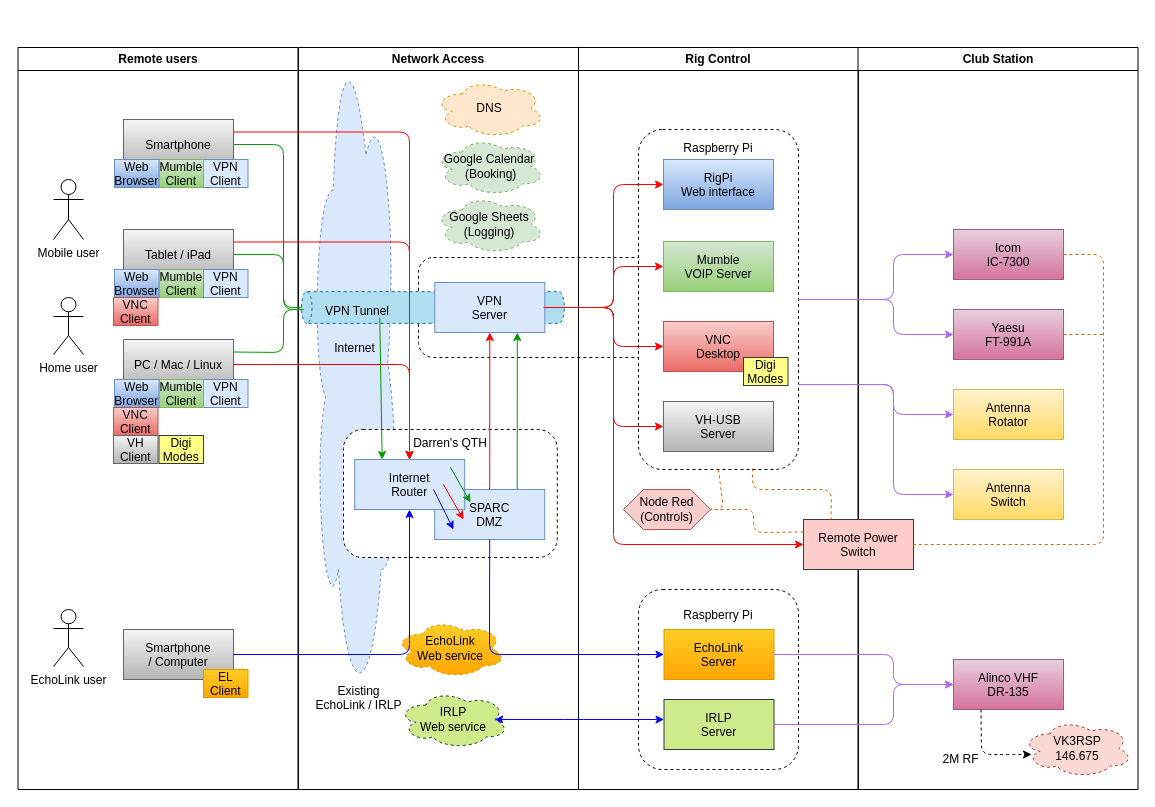
StevPem/SPARC-Club-Station-Remote-Control keeps this draw.io diagram as page "Component model" (2 of 2) of diagrams/SPARC Club Station Remote Control.drawio. Above is the earlier version. Source tidied: cells renumbered, new cells numbered last; positions are measured from the earlier drawing's top-left corner, leaving out a move shared by most shapes. Both pictures are drawn from the tidied source at 100%, with x=0, y=0 at pixel (17, 17).
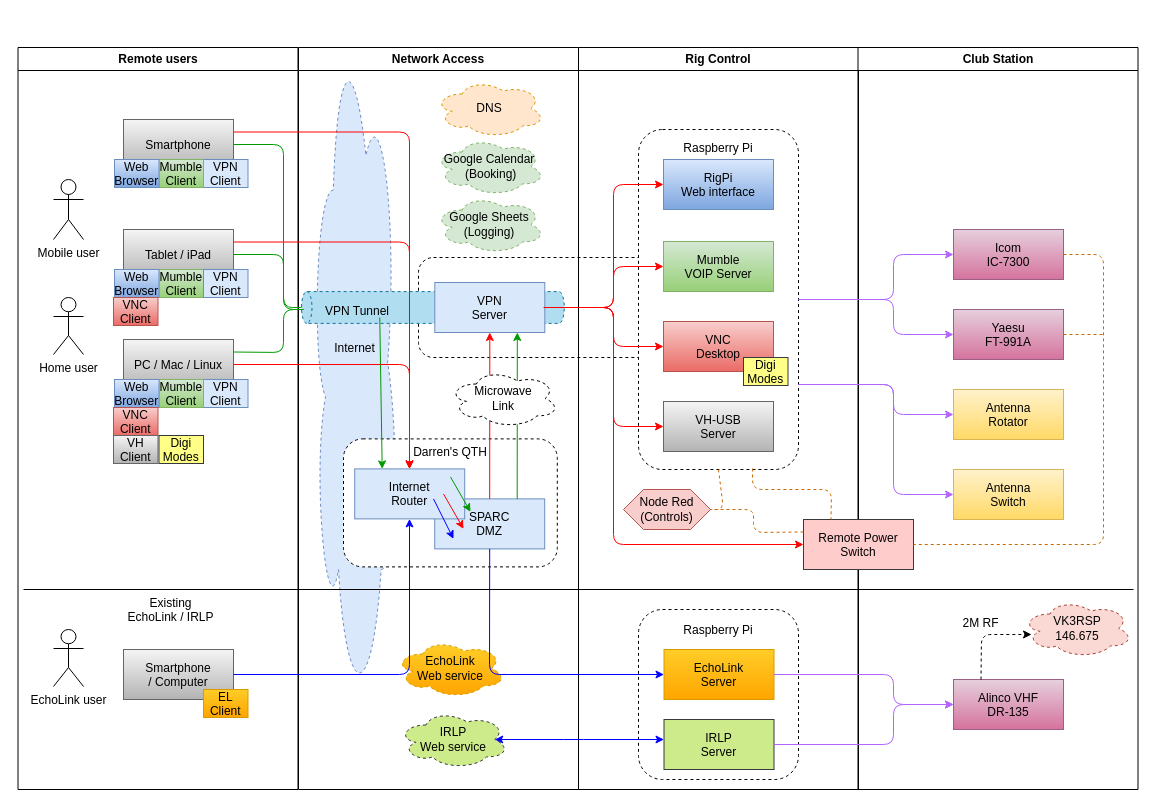
The same diagram, later.

Unchanged cells that the change refers to:
```xml
<mxCell id="3" value="Remote users" style="swimlane;whiteSpace=wrap;" parent="1" vertex="1">
  <mxGeometry x="0.5" y="30" width="280" height="742" as="geometry" />
</mxCell>
<mxCell id="22" value="Rig Control" style="swimlane;whiteSpace=wrap;" parent="1" vertex="1">
  <mxGeometry x="561" y="30" width="280" height="742" as="geometry" />
</mxCell>
<mxCell id="34" value="Club Station" style="swimlane;whiteSpace=wrap;" parent="1" vertex="1">
  <mxGeometry x="840.5" y="30" width="280" height="742" as="geometry" />
</mxCell>
<mxCell id="45" value="Network Access" style="swimlane;whiteSpace=wrap;" parent="1" vertex="1">
  <mxGeometry x="281" y="30" width="280" height="742" as="geometry" />
</mxCell>
```

The edit, as a diff of the source:
```diff
@@
     <mxCell id="2" value="&lt;div&gt;Raspberry Pi&lt;/div&gt;&lt;div&gt;&lt;br&gt;&lt;/div&gt;&lt;div&gt;&lt;br&gt;&lt;/div&gt;&lt;div&gt;&lt;br&gt;&lt;/div&gt;&lt;div&gt;&lt;br&gt;&lt;/div&gt;&lt;div&gt;&lt;br&gt;&lt;/div&gt;&lt;div&gt;&lt;br&gt;&lt;/div&gt;&lt;div&gt;&lt;br&gt;&lt;/div&gt;&lt;div&gt;&lt;br&gt;&lt;/div&gt;&lt;div&gt;&lt;br&gt;&lt;/div&gt;" style="rounded=1;whiteSpace=wrap;html=1;dashed=1;" parent="1" vertex="1">
-      <mxGeometry x="621" y="572" width="160" height="180" as="geometry" />
+      <mxGeometry x="621" y="592" width="160" height="170" as="geometry" />
     </mxCell>
@@
     <mxCell id="7" value="EchoLink user" style="shape=umlActor;verticalLabelPosition=bottom;verticalAlign=top;html=1;" parent="3" vertex="1">
-      <mxGeometry x="35.5" y="562" width="30" height="57" as="geometry" />
+      <mxGeometry x="35.5" y="582" width="30" height="57" as="geometry" />
     </mxCell>
     <mxCell id="8" value="Smartphone&#10;/ Computer" style="gradientColor=#b3b3b3;fillColor=#f5f5f5;strokeColor=#666666;" parent="3" vertex="1">
-      <mxGeometry x="105.5" y="582" width="110" height="50" as="geometry" />
+      <mxGeometry x="105.5" y="602" width="110" height="50" as="geometry" />
     </mxCell>
@@
+    <mxCell id="61" value="&lt;div align=&quot;center&quot;&gt;Existing EchoLink / IRLP&lt;br&gt;&lt;/div&gt;" style="text;whiteSpace=wrap;html=1;align=center;" parent="3" vertex="1">
+      <mxGeometry x="105.5" y="542" width="94.5" height="38" as="geometry" />
+    </mxCell>
@@
     <mxCell id="23" value="EchoLink&#10;Server" style="fillColor=#ffcd28;strokeColor=#d79b00;gradientColor=#ffa500;" parent="22" vertex="1">
-      <mxGeometry x="85.5" y="582" width="110" height="50" as="geometry" />
+      <mxGeometry x="85.5" y="602" width="110" height="50" as="geometry" />
     </mxCell>
@@
     <mxCell id="33" value="IRLP&#10;Server" style="fillColor=#cdeb8b;strokeColor=#36393d;" parent="22" vertex="1">
-      <mxGeometry x="85.5" y="652" width="110" height="50" as="geometry" />
+      <mxGeometry x="85.5" y="672" width="110" height="50" as="geometry" />
     </mxCell>
@@
     <mxCell id="35" value="Alinco VHF&#10;DR-135" style="fillColor=#e6d0de;strokeColor=#996185;gradientColor=#d5739d;" parent="34" vertex="1">
-      <mxGeometry x="95.5" y="612" width="110" height="50" as="geometry" />
+      <mxGeometry x="95.5" y="632" width="110" height="50" as="geometry" />
     </mxCell>
@@
     <mxCell id="41" value="VK3RSP&lt;br&gt;146.675" style="ellipse;shape=cloud;whiteSpace=wrap;html=1;rotation=0;fillColor=#fad9d5;strokeColor=#ae4132;dashed=1;" parent="34" vertex="1">
-      <mxGeometry x="164.5" y="672" width="110" height="58" as="geometry" />
+      <mxGeometry x="164.5" y="552" width="110" height="58" as="geometry" />
     </mxCell>
-    <mxCell id="42" style="endArrow=classic;html=1;entryX=0.082;entryY=0.603;entryDx=0;entryDy=0;exitX=0.25;exitY=1;exitDx=0;exitDy=0;entryPerimeter=0;dashed=1;" parent="34" edge="1" source="35" target="41">
+    <mxCell id="42" style="endArrow=classic;html=1;entryX=0.082;entryY=0.603;entryDx=0;entryDy=0;exitX=0.25;exitY=0;exitDx=0;exitDy=0;entryPerimeter=0;dashed=1;" parent="34" edge="1" source="35" target="41">
       <mxGeometry relative="1" as="geometry">
         <Array as="points">
-          <mxPoint x="123.5" y="707" />
-          <mxPoint x="145.5" y="707" />
+          <mxPoint x="123.5" y="587" />
         </Array>
       </mxGeometry>
     </mxCell>
     <mxCell id="43" value="2M RF" style="text;whiteSpace=wrap;html=1;align=center;" parent="34" vertex="1">
-      <mxGeometry x="75.5" y="698" width="54.5" height="28" as="geometry" />
+      <mxGeometry x="95.5" y="562" width="54.5" height="28" as="geometry" />
     </mxCell>
@@
     <mxCell id="47" value="&lt;div&gt;Darren's QTH&lt;br&gt;&lt;/div&gt;&lt;div&gt;&lt;br&gt;&lt;/div&gt;&lt;div&gt;&lt;br&gt;&lt;/div&gt;&lt;div&gt;&lt;br&gt;&lt;/div&gt;&lt;div&gt;&lt;br&gt;&lt;/div&gt;&lt;div&gt;&lt;br&gt;&lt;/div&gt;&lt;div&gt;&lt;br&gt;&lt;/div&gt;&lt;div&gt;&lt;br&gt;&lt;/div&gt;" style="rounded=1;whiteSpace=wrap;html=1;dashed=1;" parent="45" vertex="1">
-      <mxGeometry x="45" y="382" width="213.8" height="128" as="geometry" />
+      <mxGeometry x="45" y="391.4" width="213.8" height="128" as="geometry" />
     </mxCell>
     <mxCell id="48" value="SPARC&#10;DMZ" style="fillColor=#dae8fc;strokeColor=#6c8ebf;" parent="45" vertex="1">
-      <mxGeometry x="136.2" y="442" width="110" height="50" as="geometry" />
+      <mxGeometry x="136.2" y="451.4" width="110" height="50" as="geometry" />
     </mxCell>
     <mxCell id="49" value="Internet&#10;Router" style="fillColor=#dae8fc;strokeColor=#6c8ebf;" parent="45" vertex="1">
-      <mxGeometry x="56.2" y="412" width="110" height="50" as="geometry" />
+      <mxGeometry x="56.2" y="421.4" width="110" height="50" as="geometry" />
     </mxCell>
@@
     <mxCell id="59" value="&lt;div&gt;EchoLink&lt;/div&gt;&lt;div&gt;Web service&lt;br&gt;&lt;/div&gt;" style="ellipse;shape=cloud;whiteSpace=wrap;html=1;rotation=0;fillColor=#ffcd28;strokeColor=#d79b00;gradientColor=#ffa500;dashed=1;" parent="45" vertex="1">
-      <mxGeometry x="96.9" y="572" width="110" height="58" as="geometry" />
+      <mxGeometry x="96.9" y="592" width="110" height="58" as="geometry" />
     </mxCell>
     <mxCell id="60" value="&lt;div&gt;IRLP&lt;/div&gt;&lt;div&gt;Web service&lt;br&gt;&lt;/div&gt;" style="ellipse;shape=cloud;whiteSpace=wrap;html=1;rotation=0;fillColor=#cdeb8b;strokeColor=#36393d;dashed=1;" parent="45" vertex="1">
-      <mxGeometry x="100" y="643" width="110" height="58" as="geometry" />
+      <mxGeometry x="100" y="663" width="110" height="58" as="geometry" />
     </mxCell>
-    <mxCell id="61" value="&lt;div align=&quot;center&quot;&gt;Existing EchoLink / IRLP&lt;br&gt;&lt;/div&gt;" style="text;whiteSpace=wrap;html=1;align=center;" parent="45" vertex="1">
-      <mxGeometry x="13.1" y="630" width="94.5" height="38" as="geometry" />
-    </mxCell>
+    <mxCell id="91" value="&lt;div&gt;Microwave&lt;/div&gt;&lt;div&gt;Link&lt;/div&gt;" style="ellipse;shape=cloud;whiteSpace=wrap;html=1;dashed=1;rotation=0;" parent="45" vertex="1">
+      <mxGeometry x="150.4" y="322" width="110" height="58" as="geometry" />
+    </mxCell>
@@
     <mxCell id="69" style="endArrow=classic;html=1;entryX=0;entryY=0.5;entryDx=0;entryDy=0;exitX=1;exitY=0.5;exitDx=0;exitDy=0;strokeColor=#B266FF;" parent="1" edge="1" source="23" target="35">
       <mxGeometry relative="1" as="geometry">
         <Array as="points">
-          <mxPoint x="876" y="637" />
-          <mxPoint x="876" y="667" />
+          <mxPoint x="876" y="657" />
+          <mxPoint x="876" y="687" />
         </Array>
       </mxGeometry>
     </mxCell>
@@
     <mxCell id="80" value="EL&#10;Client" style="fillColor=#ffcd28;strokeColor=#d79b00;gradientColor=#ffa500;" parent="1" vertex="1">
-      <mxGeometry x="186" y="652" width="44.5" height="28" as="geometry" />
+      <mxGeometry x="186" y="672" width="44.5" height="28" as="geometry" />
     </mxCell>
@@
     <mxCell id="84" style="endArrow=classic;html=1;strokeColor=#0000FF;" parent="1" edge="1">
       <mxGeometry relative="1" as="geometry">
-        <mxPoint x="416" y="472" as="sourcePoint" />
-        <mxPoint x="436" y="512" as="targetPoint" />
+        <mxPoint x="416" y="481.4" as="sourcePoint" />
+        <mxPoint x="436" y="521.4" as="targetPoint" />
       </mxGeometry>
     </mxCell>
     <mxCell id="85" style="endArrow=classic;html=1;exitX=0.807;exitY=0.5;exitDx=0;exitDy=0;exitPerimeter=0;strokeColor=#FF0000;" parent="1" edge="1" source="49">
       <mxGeometry relative="1" as="geometry">
-        <mxPoint x="446" y="502" as="targetPoint" />
+        <mxPoint x="446" y="511.4" as="targetPoint" />
       </mxGeometry>
     </mxCell>
     <mxCell id="86" style="endArrow=classic;html=1;exitX=0.807;exitY=0.5;exitDx=0;exitDy=0;exitPerimeter=0;strokeColor=#009900;" parent="1" edge="1">
       <mxGeometry relative="1" as="geometry">
-        <mxPoint x="433" y="450" as="sourcePoint" />
-        <mxPoint x="453" y="485" as="targetPoint" />
+        <mxPoint x="433" y="459.4" as="sourcePoint" />
+        <mxPoint x="453" y="494.4" as="targetPoint" />
       </mxGeometry>
     </mxCell>
@@
     <mxCell id="89" style="endArrow=classic;html=1;entryX=0;entryY=0.5;entryDx=0;entryDy=0;exitX=1;exitY=0.5;exitDx=0;exitDy=0;strokeColor=#B266FF;" parent="1" edge="1" source="33" target="35">
       <mxGeometry relative="1" as="geometry">
         <Array as="points">
-          <mxPoint x="876" y="707" />
-          <mxPoint x="876" y="667" />
+          <mxPoint x="876" y="727" />
+          <mxPoint x="876" y="687" />
         </Array>
       </mxGeometry>
     </mxCell>
     <mxCell id="90" style="edgeStyle=elbowEdgeStyle;elbow=horizontal;strokeColor=#0000FF;endArrow=classic;rounded=1;entryX=0.875;entryY=0.5;entryDx=0;entryDy=0;entryPerimeter=0;startArrow=classic;startFill=1;" parent="1" edge="1" source="33" target="60">
       <mxGeometry relative="1" as="geometry">
         <Array as="points">
-          <mxPoint x="556" y="702" />
-          <mxPoint x="196" y="461" />
-          <mxPoint x="140.5" y="390" />
+          <mxPoint x="556" y="722" />
+          <mxPoint x="196" y="481" />
+          <mxPoint x="140.5" y="410" />
         </Array>
       </mxGeometry>
     </mxCell>
+    <mxCell id="92" style="endArrow=none;html=1;" parent="1" edge="1">
+      <mxGeometry relative="1" as="geometry">
+        <mxPoint x="6" y="572" as="sourcePoint" />
+        <mxPoint x="1116" y="572" as="targetPoint" />
+      </mxGeometry>
+    </mxCell>
```
